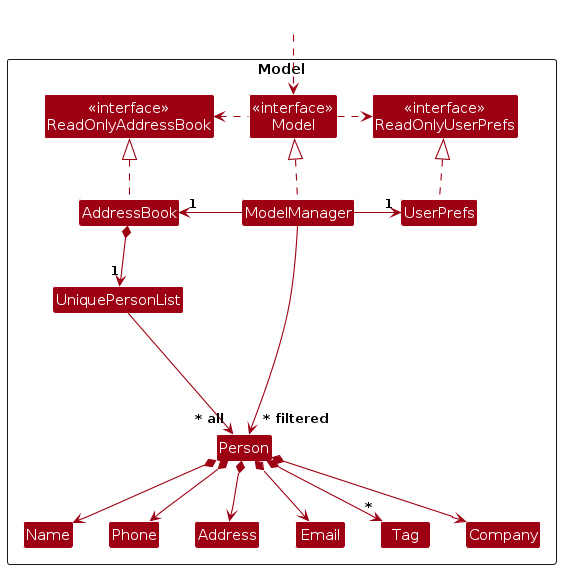
The PlantUML diagram diagrams/ModelClassDiagram.png in AY2324S2-CS2103T-F14-4/tp, before a commit. Its source is kept beside it as diagrams/ModelClassDiagram.puml. Its diagram source:
```plantuml
@startuml
!include style.puml
skinparam arrowThickness 1.1
skinparam arrowColor MODEL_COLOR
skinparam classBackgroundColor MODEL_COLOR

Package Model as ModelPackage <<Rectangle>>{
Class "<<interface>>\nReadOnlyAddressBook" as ReadOnlyAddressBook
Class "<<interface>>\nReadOnlyUserPrefs" as ReadOnlyUserPrefs
Class "<<interface>>\nModel" as Model
Class AddressBook
Class ModelManager
Class UserPrefs

Class UniquePersonList
Class Person
Class Address
Class Email
Class Name
Class Phone
Class Tag
Class Company

Class I #FFFFFF
}

Class HiddenOutside #FFFFFF
HiddenOutside ..> Model

AddressBook .up.|> ReadOnlyAddressBook

ModelManager .up.|> Model
Model .right.> ReadOnlyUserPrefs
Model .left.> ReadOnlyAddressBook
ModelManager -left-> "1" AddressBook
ModelManager -right-> "1" UserPrefs
UserPrefs .up.|> ReadOnlyUserPrefs

AddressBook *--> "1" UniquePersonList
UniquePersonList --> "~* all" Person
Person *--> Name
Person *--> Phone
Person *--> Email
Person *--> Address
Person *--> "*" Tag
Person *--> Company

Person -[hidden]up--> I
UniquePersonList -[hidden]right-> I

Name -[hidden]right-> Phone
Phone -[hidden]right-> Address
Address -[hidden]right-> Email

ModelManager --> "~* filtered" Person
@enduml
```
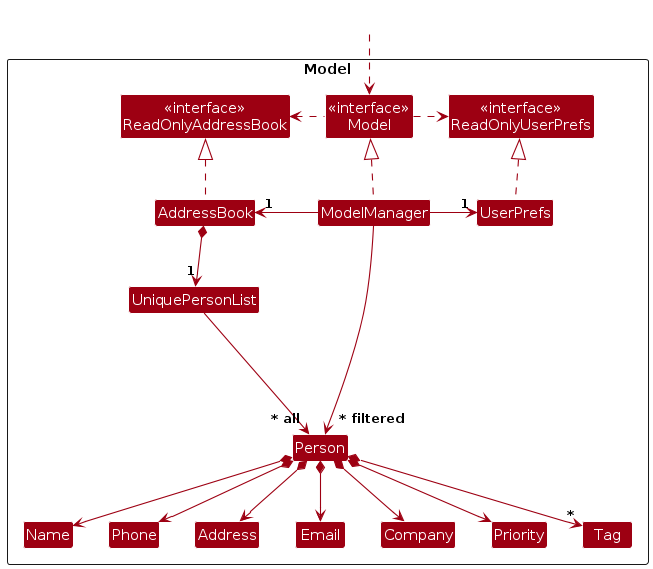
After the change.

The edit, as a diff of the source:
```diff
@@ -18,8 +18,9 @@
 Class Email
 Class Name
 Class Phone
+Class Company
+Class Priority
 Class Tag
-Class Company
 
 Class I #FFFFFF
 }
@@ -42,8 +43,9 @@
 Person *--> Phone
 Person *--> Email
 Person *--> Address
+Person *--> Company
+Person *--> Priority
 Person *--> "*" Tag
-Person *--> Company
 
 Person -[hidden]up--> I
 UniquePersonList -[hidden]right-> I
```
